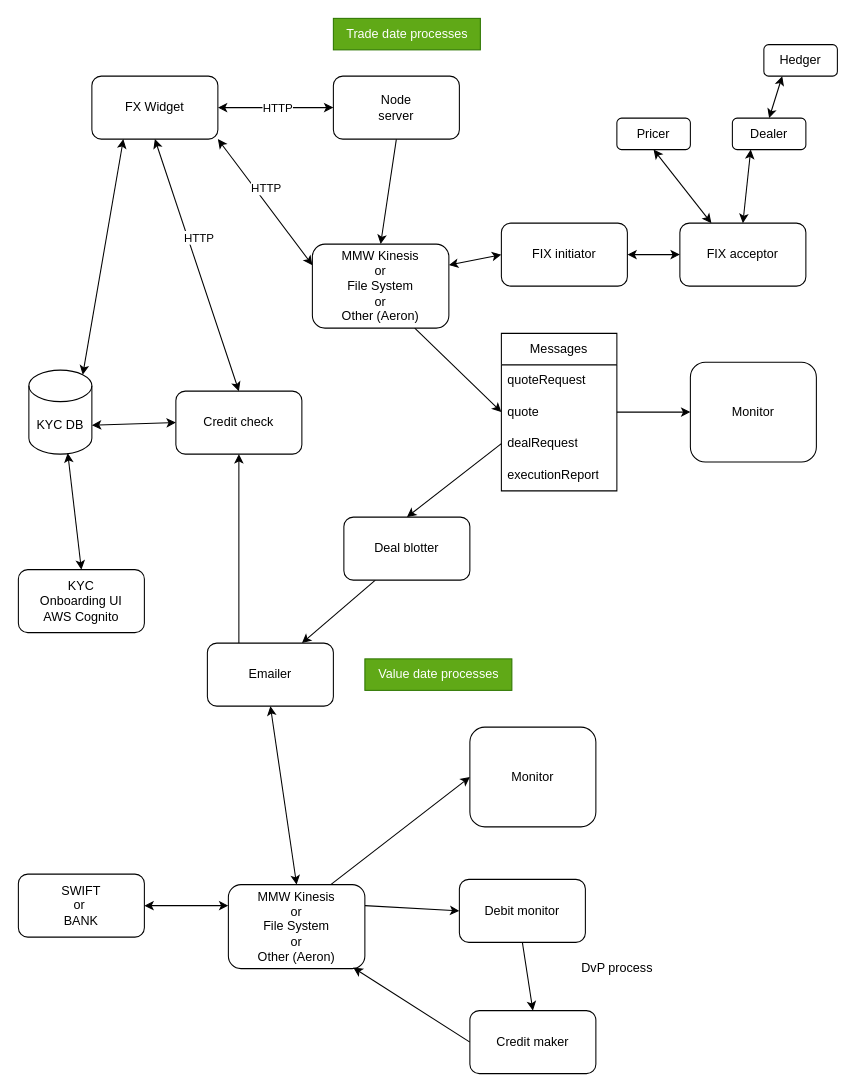
Before: arch.drawio in rupweb/ws-front-end, a draw.io diagram. Source tidied: cells renumbered, new cells numbered last; positions are measured from the earlier drawing's top-left corner, leaving out a move shared by most shapes. Both pictures are drawn from the tidied source at 105%, with x=0, y=0 at pixel (18, 18).
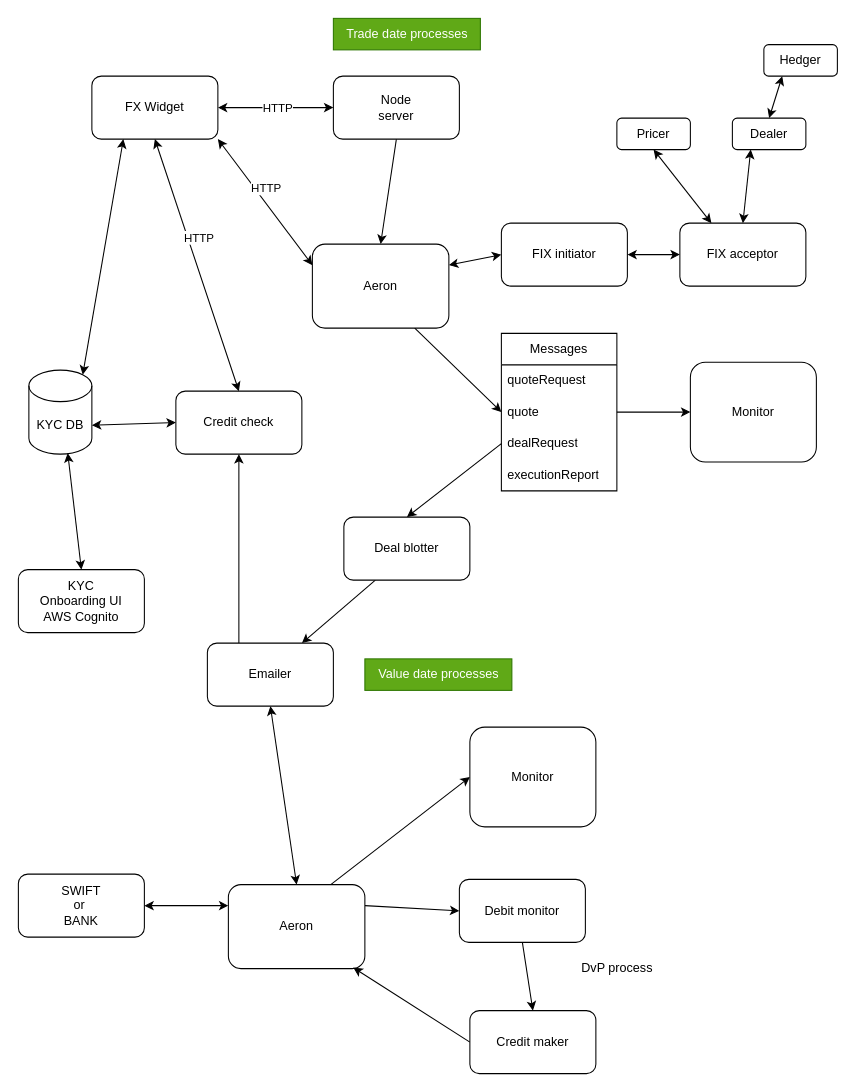
After the change.

What changed in the source:
```diff
@@
-    <mxCell id="16" value="MMW Kinesis&lt;br&gt;or&lt;br&gt;File System&lt;br&gt;or&lt;br&gt;Other (Aeron)" style="rounded=1;whiteSpace=wrap;html=1;" parent="1" vertex="1">
+    <mxCell id="16" value="Aeron" style="rounded=1;whiteSpace=wrap;html=1;" parent="1" vertex="1">
       <mxGeometry x="280" y="215" width="130" height="80" as="geometry" />
     </mxCell>
@@
-    <mxCell id="48" value="MMW Kinesis&lt;br&gt;or&lt;br&gt;File System&lt;br&gt;or&lt;br&gt;Other (Aeron)" style="rounded=1;whiteSpace=wrap;html=1;" parent="1" vertex="1">
+    <mxCell id="48" value="Aeron" style="rounded=1;whiteSpace=wrap;html=1;" parent="1" vertex="1">
       <mxGeometry x="200" y="825" width="130" height="80" as="geometry" />
     </mxCell>
```
